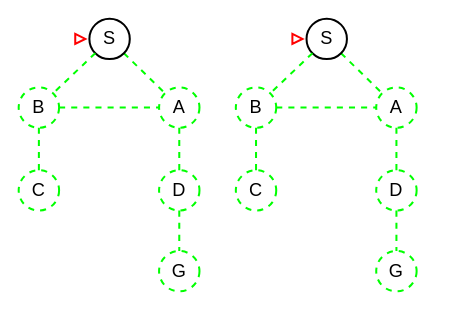
This is Untitled Diagram.drawio from fasil712/UML_Diagram_Design, a draw.io file, before an edit. Source tidied: cells renumbered, new cells numbered last; positions are measured from the earlier drawing's top-left corner, leaving out a move shared by most shapes. Both pictures are drawn from the tidied source at 101%, with x=0, y=0 at pixel (18, 18).
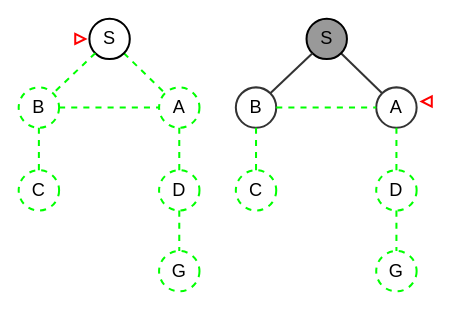
Above is the later version.

Diff of the diagram source:
```diff
@@
-    <mxCell id="15" style="edgeStyle=none;rounded=0;jettySize=auto;html=1;exitX=1;exitY=1;exitDx=0;exitDy=0;fontSize=18;entryX=0;entryY=0;entryDx=0;entryDy=0;endArrow=none;endFill=0;fontStyle=0;fillColor=#d5e8d4;strokeColor=#00FF00;dashed=1;strokeWidth=2;" parent="1" edge="1" source="16" target="18">
+    <mxCell id="15" style="edgeStyle=none;rounded=0;jettySize=auto;html=1;exitX=1;exitY=1;exitDx=0;exitDy=0;fontSize=18;entryX=0;entryY=0;entryDx=0;entryDy=0;endArrow=none;endFill=0;fontStyle=0;fillColor=#d5e8d4;strokeColor=#333333;strokeWidth=2;" parent="1" edge="1" source="16" target="18">
       <mxGeometry relative="1" as="geometry" />
     </mxCell>
-    <mxCell id="16" value="&lt;font style=&quot;font-size: 18px;&quot;&gt;S&lt;/font&gt;" style="ellipse;whiteSpace=wrap;html=1;strokeWidth=2;" parent="1" vertex="1">
+    <mxCell id="16" value="&lt;font style=&quot;font-size: 18px;&quot;&gt;S&lt;/font&gt;" style="ellipse;whiteSpace=wrap;html=1;strokeWidth=2;fillColor=#999999;" parent="1" vertex="1">
       <mxGeometry x="285" width="40" height="40" as="geometry" />
     </mxCell>
-    <mxCell id="17" value="&lt;font style=&quot;font-size: 18px;&quot;&gt;B&lt;/font&gt;" style="ellipse;whiteSpace=wrap;html=1;fillColor=none;strokeColor=#00FF00;dashed=1;strokeWidth=2;" parent="1" vertex="1">
+    <mxCell id="17" value="&lt;font style=&quot;font-size: 18px;&quot;&gt;B&lt;/font&gt;" style="ellipse;whiteSpace=wrap;html=1;fillColor=none;strokeColor=#333333;strokeWidth=2;" parent="1" vertex="1">
       <mxGeometry x="215" y="68" width="40" height="40" as="geometry" />
     </mxCell>
-    <mxCell id="18" value="&lt;font style=&quot;font-size: 18px;&quot;&gt;A&lt;/font&gt;" style="ellipse;whiteSpace=wrap;html=1;fillColor=none;strokeColor=#00FF00;dashed=1;strokeWidth=2;" parent="1" vertex="1">
+    <mxCell id="18" value="&lt;font style=&quot;font-size: 18px;&quot;&gt;A&lt;/font&gt;" style="ellipse;whiteSpace=wrap;html=1;fillColor=none;strokeColor=#333333;strokeWidth=2;" parent="1" vertex="1">
       <mxGeometry x="354" y="68" width="40" height="40" as="geometry" />
     </mxCell>
@@
-    <mxCell id="22" style="edgeStyle=none;rounded=0;jettySize=auto;html=1;exitX=0;exitY=1;exitDx=0;exitDy=0;fontSize=18;entryX=1;entryY=0;entryDx=0;entryDy=0;endArrow=none;endFill=0;fontStyle=0;fillColor=#d5e8d4;strokeColor=#00FF00;dashed=1;strokeWidth=2;" parent="1" edge="1" source="16" target="17">
+    <mxCell id="22" style="edgeStyle=none;rounded=0;jettySize=auto;html=1;exitX=0;exitY=1;exitDx=0;exitDy=0;fontSize=18;entryX=1;entryY=0;entryDx=0;entryDy=0;endArrow=none;endFill=0;fontStyle=0;fillColor=#d5e8d4;strokeColor=#333333;strokeWidth=2;" parent="1" edge="1" source="16" target="17">
       <mxGeometry relative="1" as="geometry" />
     </mxCell>
@@
-    <mxCell id="27" style="triangle;whiteSpace=wrap;html=1;fontSize=18;strokeColor=#FF0000;strokeWidth=2;fillColor=none;" parent="1" vertex="1">
-      <mxGeometry x="271" y="15" width="10" height="10" as="geometry" />
+    <mxCell id="27" style="triangle;whiteSpace=wrap;html=1;fontSize=18;strokeColor=#FF0000;strokeWidth=2;fillColor=none;rotation=-180;" parent="1" vertex="1">
+      <mxGeometry x="399" y="77" width="10" height="10" as="geometry" />
     </mxCell>
```
